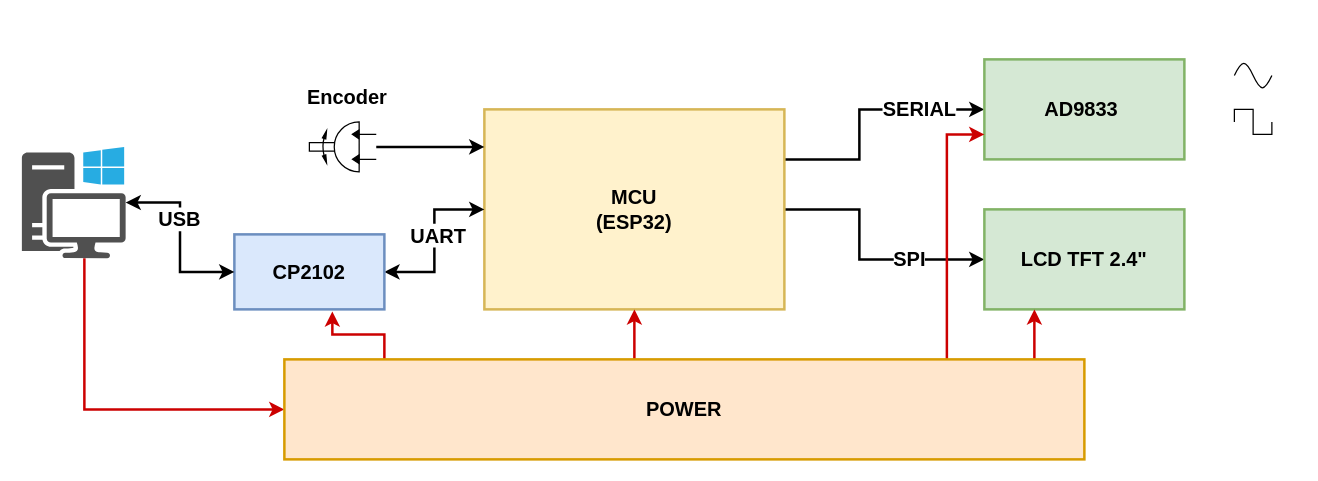
The draw.io diagram AWG.drawio in anhvanthe/01_my_drawio, before the edit. Source tidied: cells renumbered, new cells numbered last; positions are measured from the earlier drawing's top-left corner, leaving out a move shared by most shapes. Both pictures are drawn from the tidied source at 125%, with x=0, y=0 at pixel (21, 59).
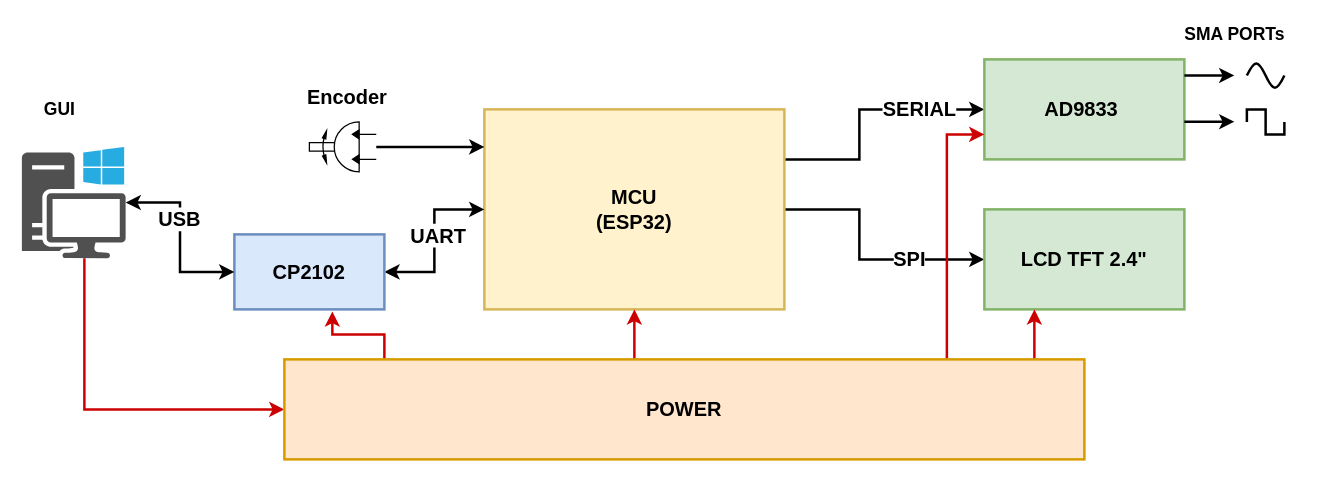
The same page after the edit.

Change to the diagram source:
```diff
@@
-    <mxCell id="19" style="verticalLabelPosition=bottom;shadow=0;dashed=0;align=center;html=1;verticalAlign=top;shape=mxgraph.electrical.waveforms.sine_wave;fontSize=16;fontStyle=1;" parent="1" vertex="1">
-      <mxGeometry x="970" width="30" height="26" as="geometry" />
+    <mxCell id="19" style="verticalLabelPosition=bottom;shadow=0;dashed=0;align=center;html=1;verticalAlign=top;shape=mxgraph.electrical.waveforms.sine_wave;fontSize=16;fontStyle=1;strokeWidth=2;" parent="1" vertex="1">
+      <mxGeometry x="980" width="30" height="26" as="geometry" />
     </mxCell>
-    <mxCell id="20" style="verticalLabelPosition=bottom;shadow=0;dashed=0;align=center;html=1;verticalAlign=top;shape=mxgraph.electrical.waveforms.square_wave;fontSize=16;fontStyle=1;" parent="1" vertex="1">
-      <mxGeometry x="970" y="40" width="30" height="20" as="geometry" />
+    <mxCell id="20" style="verticalLabelPosition=bottom;shadow=0;dashed=0;align=center;html=1;verticalAlign=top;shape=mxgraph.electrical.waveforms.square_wave;fontSize=16;fontStyle=1;strokeWidth=2;" parent="1" vertex="1">
+      <mxGeometry x="980" y="40" width="30" height="20" as="geometry" />
     </mxCell>
@@
+    <mxCell id="26" style="endArrow=classic;html=1;strokeWidth=2;" parent="1" edge="1">
+      <mxGeometry relative="1" as="geometry">
+        <mxPoint x="930" y="12.9" as="sourcePoint" />
+        <mxPoint x="970" y="12.9" as="targetPoint" />
+      </mxGeometry>
+    </mxCell>
+    <mxCell id="27" style="endArrow=classic;html=1;strokeWidth=2;" parent="1" edge="1">
+      <mxGeometry relative="1" as="geometry">
+        <mxPoint x="930" y="49.9" as="sourcePoint" />
+        <mxPoint x="970" y="49.9" as="targetPoint" />
+      </mxGeometry>
+    </mxCell>
+    <mxCell id="28" value="&lt;font style=&quot;font-size: 14px&quot;&gt;&lt;b&gt;SMA PORTs&lt;/b&gt;&lt;/font&gt;" style="text;html=1;align=center;verticalAlign=middle;strokeColor=none;" parent="1" vertex="1">
+      <mxGeometry x="920" y="-30" width="100" height="20" as="geometry" />
+    </mxCell>
+    <mxCell id="29" value="&lt;font style=&quot;font-size: 14px&quot;&gt;GUI&lt;/font&gt;" style="text;html=1;align=center;verticalAlign=middle;strokeColor=none;fontStyle=1;" parent="1" vertex="1">
+      <mxGeometry x="10" y="30" width="40" height="20" as="geometry" />
+    </mxCell>
```
